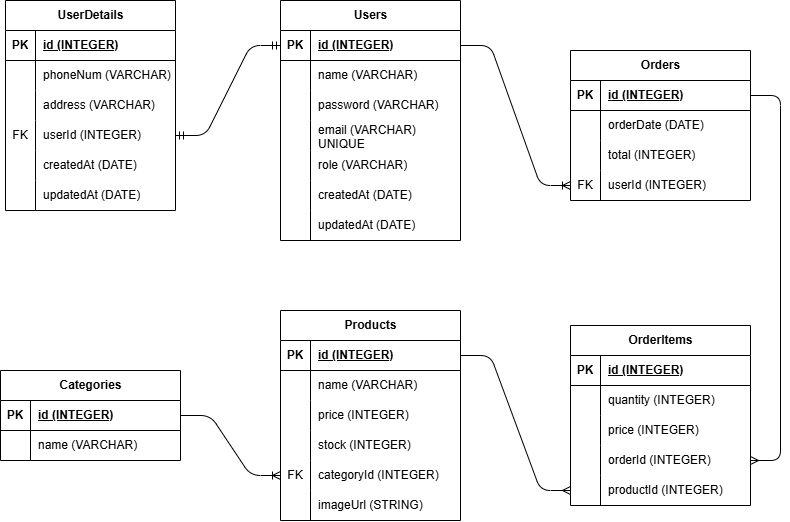
RaihanYassar/Pair-Project-Toko-Tukang-Ketok keeps this draw.io diagram as schema.drawio.png. Above is the earlier version. Source tidied: cells renumbered, new cells last; positions are measured from the earlier drawing's top-left corner, leaving out a move shared by most shapes.
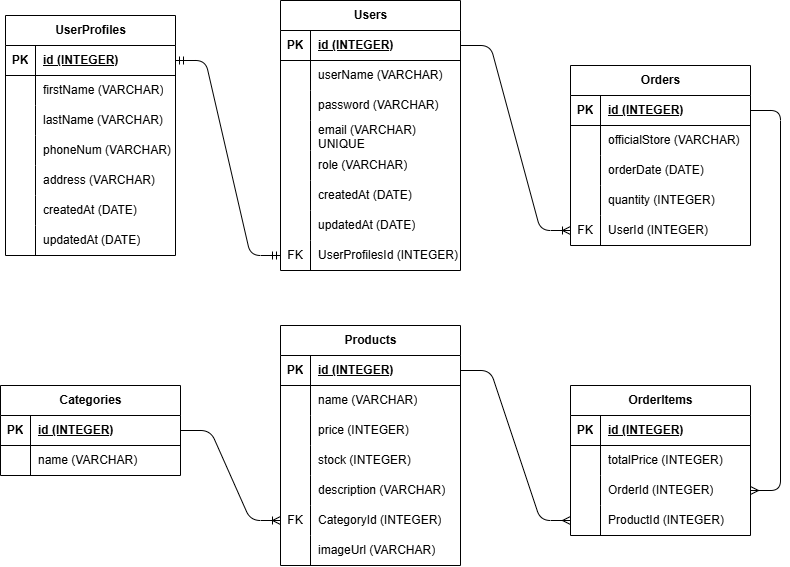
After the commit.

Change to the diagram source:
```diff
@@ -3,7 +3,7 @@
     <mxCell id="0" />
     <mxCell id="1" parent="0" />
     <mxCell id="2" value="Users" style="shape=table;startSize=30;rowLines=0;fontStyle=1;align=center;html=1;" parent="1" vertex="1">
-      <mxGeometry x="280" width="180" height="240" as="geometry" />
+      <mxGeometry x="280" y="-15" width="180" height="270" as="geometry" />
     </mxCell>
     <mxCell id="3" style="shape=tableRow;horizontal=0;startSize=0;swimlaneHead=0;swimlaneBody=0;fillColor=none;points=[[0,0.5],[1,0.5]];portConstraint=eastwest;top=0;left=0;right=0;bottom=1;" parent="2" vertex="1">
       <mxGeometry y="30" width="180" height="30" as="geometry" />
@@ -20,7 +20,7 @@
     <mxCell id="7" style="shape=partialRectangle;fillColor=none;top=0;left=0;bottom=0;right=0;overflow=hidden;whiteSpace=wrap;html=1;" parent="6" vertex="1">
       <mxGeometry width="30" height="30" as="geometry" />
     </mxCell>
-    <mxCell id="8" value="name (VARCHAR)&amp;nbsp;" style="shape=partialRectangle;fillColor=none;top=0;left=0;bottom=0;right=0;align=left;spacingLeft=6;overflow=hidden;whiteSpace=wrap;html=1;" parent="6" vertex="1">
+    <mxCell id="8" value="userName (VARCHAR)&amp;nbsp;" style="shape=partialRectangle;fillColor=none;top=0;left=0;bottom=0;right=0;align=left;spacingLeft=6;overflow=hidden;whiteSpace=wrap;html=1;" parent="6" vertex="1">
       <mxGeometry x="30" width="150" height="30" as="geometry" />
     </mxCell>
     <mxCell id="9" style="shape=tableRow;horizontal=0;startSize=0;swimlaneHead=0;swimlaneBody=0;fillColor=none;top=0;left=0;right=0;bottom=0;" parent="2" vertex="1">
@@ -68,8 +68,17 @@
     <mxCell id="23" value="updatedAt (DATE)" style="shape=partialRectangle;fillColor=none;top=0;left=0;bottom=0;right=0;align=left;spacingLeft=6;overflow=hidden;whiteSpace=wrap;html=1;" parent="21" vertex="1">
       <mxGeometry x="30" width="150" height="30" as="geometry" />
     </mxCell>
+    <mxCell id="103" style="shape=tableRow;horizontal=0;startSize=0;swimlaneHead=0;swimlaneBody=0;fillColor=none;points=[[0,0.5],[1,0.5]];portConstraint=eastwest;top=0;left=0;right=0;bottom=0;" parent="2" vertex="1">
+      <mxGeometry y="240" width="180" height="30" as="geometry" />
+    </mxCell>
+    <mxCell id="74" value="FK" style="shape=partialRectangle;fillColor=none;top=0;left=0;bottom=0;right=0;overflow=hidden;whiteSpace=wrap;html=1;" parent="103" vertex="1">
+      <mxGeometry width="30" height="30" as="geometry" />
+    </mxCell>
+    <mxCell id="104" value="UserProfilesId (INTEGER)" style="shape=partialRectangle;fillColor=none;top=0;left=0;bottom=0;right=0;align=left;spacingLeft=6;overflow=hidden;whiteSpace=wrap;html=1;" parent="103" vertex="1">
+      <mxGeometry x="30" width="150" height="30" as="geometry" />
+    </mxCell>
     <mxCell id="24" value="Products" style="shape=table;startSize=30;rowLines=0;fontStyle=1;align=center;html=1;" parent="1" vertex="1">
-      <mxGeometry x="280" y="310" width="180" height="210" as="geometry" />
+      <mxGeometry x="280" y="310" width="180" height="240" as="geometry" />
     </mxCell>
     <mxCell id="25" style="shape=tableRow;horizontal=0;startSize=0;swimlaneHead=0;swimlaneBody=0;fillColor=none;points=[[0,0.5],[1,0.5]];portConstraint=eastwest;top=0;left=0;right=0;bottom=1;" parent="24" vertex="1">
       <mxGeometry y="30" width="180" height="30" as="geometry" />
@@ -107,22 +116,31 @@
     <mxCell id="36" value="stock (INTEGER)" style="shape=partialRectangle;fillColor=none;top=0;left=0;bottom=0;right=0;align=left;spacingLeft=6;overflow=hidden;whiteSpace=wrap;html=1;" parent="34" vertex="1">
       <mxGeometry x="30" width="150" height="30" as="geometry" />
     </mxCell>
+    <mxCell id="105" style="shape=tableRow;horizontal=0;startSize=0;swimlaneHead=0;swimlaneBody=0;fillColor=none;top=0;left=0;right=0;bottom=0;" parent="24" vertex="1">
+      <mxGeometry y="150" width="180" height="30" as="geometry" />
+    </mxCell>
+    <mxCell id="106" style="shape=partialRectangle;fillColor=none;top=0;left=0;bottom=0;right=0;overflow=hidden;whiteSpace=wrap;html=1;" parent="105" vertex="1">
+      <mxGeometry width="30" height="30" as="geometry" />
+    </mxCell>
+    <mxCell id="107" value="description (VARCHAR)" style="shape=partialRectangle;fillColor=none;top=0;left=0;bottom=0;right=0;align=left;spacingLeft=6;overflow=hidden;whiteSpace=wrap;html=1;" parent="105" vertex="1">
+      <mxGeometry x="30" width="150" height="30" as="geometry" />
+    </mxCell>
     <mxCell id="37" style="shape=tableRow;horizontal=0;startSize=0;swimlaneHead=0;swimlaneBody=0;fillColor=none;points=[[0,0.5],[1,0.5]];portConstraint=eastwest;top=0;left=0;right=0;bottom=0;" parent="24" vertex="1">
-      <mxGeometry y="150" width="180" height="30" as="geometry" />
+      <mxGeometry y="180" width="180" height="30" as="geometry" />
     </mxCell>
     <mxCell id="38" value="FK" style="shape=partialRectangle;fillColor=none;top=0;left=0;bottom=0;right=0;overflow=hidden;whiteSpace=wrap;html=1;" parent="37" vertex="1">
       <mxGeometry width="30" height="30" as="geometry" />
     </mxCell>
-    <mxCell id="39" value="categoryId (INTEGER)" style="shape=partialRectangle;fillColor=none;top=0;left=0;bottom=0;right=0;align=left;spacingLeft=6;overflow=hidden;whiteSpace=wrap;html=1;" parent="37" vertex="1">
+    <mxCell id="39" value="CategoryId (INTEGER)" style="shape=partialRectangle;fillColor=none;top=0;left=0;bottom=0;right=0;align=left;spacingLeft=6;overflow=hidden;whiteSpace=wrap;html=1;" parent="37" vertex="1">
       <mxGeometry x="30" width="150" height="30" as="geometry" />
     </mxCell>
     <mxCell id="40" style="shape=tableRow;horizontal=0;startSize=0;swimlaneHead=0;swimlaneBody=0;fillColor=none;top=0;left=0;right=0;bottom=0;" parent="24" vertex="1">
-      <mxGeometry y="180" width="180" height="30" as="geometry" />
+      <mxGeometry y="210" width="180" height="30" as="geometry" />
     </mxCell>
     <mxCell id="41" style="shape=partialRectangle;fillColor=none;top=0;left=0;bottom=0;right=0;overflow=hidden;whiteSpace=wrap;html=1;" parent="40" vertex="1">
       <mxGeometry width="30" height="30" as="geometry" />
     </mxCell>
-    <mxCell id="42" value="imageUrl (STRING)" style="shape=partialRectangle;fillColor=none;top=0;left=0;bottom=0;right=0;align=left;spacingLeft=6;overflow=hidden;whiteSpace=wrap;html=1;" parent="40" vertex="1">
+    <mxCell id="42" value="imageUrl (VARCHAR)" style="shape=partialRectangle;fillColor=none;top=0;left=0;bottom=0;right=0;align=left;spacingLeft=6;overflow=hidden;whiteSpace=wrap;html=1;" parent="40" vertex="1">
       <mxGeometry x="30" width="150" height="30" as="geometry" />
     </mxCell>
     <mxCell id="43" value="Categories" style="shape=table;startSize=30;rowLines=0;fontStyle=1;align=center;html=1;" parent="1" vertex="1">
@@ -147,7 +165,7 @@
       <mxGeometry x="30" width="150" height="30" as="geometry" />
     </mxCell>
     <mxCell id="50" value="Orders" style="shape=table;startSize=30;rowLines=0;fontStyle=1;align=center;html=1;" parent="1" vertex="1">
-      <mxGeometry x="570" y="50" width="180" height="150" as="geometry" />
+      <mxGeometry x="570" y="50" width="180" height="180" as="geometry" />
     </mxCell>
     <mxCell id="51" style="shape=tableRow;horizontal=0;startSize=0;swimlaneHead=0;swimlaneBody=0;fillColor=none;points=[[0,0.5],[1,0.5]];portConstraint=eastwest;top=0;left=0;right=0;bottom=1;" parent="50" vertex="1">
       <mxGeometry y="30" width="180" height="30" as="geometry" />
@@ -158,8 +176,17 @@
     <mxCell id="53" value="id (INTEGER)" style="shape=partialRectangle;fillColor=none;top=0;left=0;bottom=0;right=0;align=left;spacingLeft=6;fontStyle=5;overflow=hidden;whiteSpace=wrap;html=1;" parent="51" vertex="1">
       <mxGeometry x="30" width="150" height="30" as="geometry" />
     </mxCell>
+    <mxCell id="87" style="shape=tableRow;horizontal=0;startSize=0;swimlaneHead=0;swimlaneBody=0;fillColor=none;top=0;left=0;right=0;bottom=0;" parent="50" vertex="1">
+      <mxGeometry y="60" width="180" height="30" as="geometry" />
+    </mxCell>
+    <mxCell id="108" style="shape=partialRectangle;fillColor=none;top=0;left=0;bottom=0;right=0;overflow=hidden;whiteSpace=wrap;html=1;" parent="87" vertex="1">
+      <mxGeometry width="30" height="30" as="geometry" />
+    </mxCell>
+    <mxCell id="109" value="officialStore (VARCHAR)" style="shape=partialRectangle;fillColor=none;top=0;left=0;bottom=0;right=0;align=left;spacingLeft=6;overflow=hidden;whiteSpace=wrap;html=1;" parent="87" vertex="1">
+      <mxGeometry x="30" width="150" height="30" as="geometry" />
+    </mxCell>
     <mxCell id="54" style="shape=tableRow;horizontal=0;startSize=0;swimlaneHead=0;swimlaneBody=0;fillColor=none;top=0;left=0;right=0;bottom=0;" parent="50" vertex="1">
-      <mxGeometry y="60" width="180" height="30" as="geometry" />
+      <mxGeometry y="90" width="180" height="30" as="geometry" />
     </mxCell>
     <mxCell id="55" style="shape=partialRectangle;fillColor=none;top=0;left=0;bottom=0;right=0;overflow=hidden;whiteSpace=wrap;html=1;" parent="54" vertex="1">
       <mxGeometry width="30" height="30" as="geometry" />
@@ -168,25 +195,25 @@
       <mxGeometry x="30" width="150" height="30" as="geometry" />
     </mxCell>
     <mxCell id="57" style="shape=tableRow;horizontal=0;startSize=0;swimlaneHead=0;swimlaneBody=0;fillColor=none;top=0;left=0;right=0;bottom=0;" parent="50" vertex="1">
-      <mxGeometry y="90" width="180" height="30" as="geometry" />
+      <mxGeometry y="120" width="180" height="30" as="geometry" />
     </mxCell>
     <mxCell id="58" style="shape=partialRectangle;fillColor=none;top=0;left=0;bottom=0;right=0;overflow=hidden;whiteSpace=wrap;html=1;" parent="57" vertex="1">
       <mxGeometry width="30" height="30" as="geometry" />
     </mxCell>
-    <mxCell id="59" value="total (INTEGER)" style="shape=partialRectangle;fillColor=none;top=0;left=0;bottom=0;right=0;align=left;spacingLeft=6;overflow=hidden;whiteSpace=wrap;html=1;" parent="57" vertex="1">
+    <mxCell id="59" value="quantity (INTEGER)" style="shape=partialRectangle;fillColor=none;top=0;left=0;bottom=0;right=0;align=left;spacingLeft=6;overflow=hidden;whiteSpace=wrap;html=1;" parent="57" vertex="1">
       <mxGeometry x="30" width="150" height="30" as="geometry" />
     </mxCell>
     <mxCell id="60" style="shape=tableRow;horizontal=0;startSize=0;swimlaneHead=0;swimlaneBody=0;fillColor=none;points=[[0,0.5],[1,0.5]];portConstraint=eastwest;top=0;left=0;right=0;bottom=0;" parent="50" vertex="1">
-      <mxGeometry y="120" width="180" height="30" as="geometry" />
+      <mxGeometry y="150" width="180" height="30" as="geometry" />
     </mxCell>
     <mxCell id="61" value="FK" style="shape=partialRectangle;fillColor=none;top=0;left=0;bottom=0;right=0;overflow=hidden;whiteSpace=wrap;html=1;" parent="60" vertex="1">
       <mxGeometry width="30" height="30" as="geometry" />
     </mxCell>
-    <mxCell id="62" value="userId (INTEGER)" style="shape=partialRectangle;fillColor=none;top=0;left=0;bottom=0;right=0;align=left;spacingLeft=6;overflow=hidden;whiteSpace=wrap;html=1;" parent="60" vertex="1">
+    <mxCell id="62" value="UserId (INTEGER)" style="shape=partialRectangle;fillColor=none;top=0;left=0;bottom=0;right=0;align=left;spacingLeft=6;overflow=hidden;whiteSpace=wrap;html=1;" parent="60" vertex="1">
       <mxGeometry x="30" width="150" height="30" as="geometry" />
     </mxCell>
-    <mxCell id="63" value="UserDetails" style="shape=table;startSize=30;rowLines=0;fontStyle=1;align=center;html=1;" parent="1" vertex="1">
-      <mxGeometry x="5" width="170" height="210" as="geometry" />
+    <mxCell id="63" value="UserProfiles" style="shape=table;startSize=30;rowLines=0;fontStyle=1;align=center;html=1;" parent="1" vertex="1">
+      <mxGeometry x="5" width="170" height="240" as="geometry" />
     </mxCell>
     <mxCell id="64" style="shape=tableRow;horizontal=0;startSize=0;swimlaneHead=0;swimlaneBody=0;fillColor=none;points=[[0,0.5],[1,0.5]];portConstraint=eastwest;top=0;left=0;right=0;bottom=1;" parent="63" vertex="1">
       <mxGeometry y="30" width="170" height="30" as="geometry" />
@@ -197,8 +224,26 @@
     <mxCell id="66" value="id (INTEGER)" style="shape=partialRectangle;fillColor=none;top=0;left=0;bottom=0;right=0;align=left;spacingLeft=6;fontStyle=5;overflow=hidden;whiteSpace=wrap;html=1;" parent="64" vertex="1">
       <mxGeometry x="30" width="140" height="30" as="geometry" />
     </mxCell>
+    <mxCell id="110" style="shape=tableRow;horizontal=0;startSize=0;swimlaneHead=0;swimlaneBody=0;fillColor=none;top=0;left=0;right=0;bottom=0;" parent="63" vertex="1">
+      <mxGeometry y="60" width="170" height="30" as="geometry" />
+    </mxCell>
+    <mxCell id="111" style="shape=partialRectangle;fillColor=none;top=0;left=0;bottom=0;right=0;overflow=hidden;whiteSpace=wrap;html=1;" parent="110" vertex="1">
+      <mxGeometry width="30" height="30" as="geometry" />
+    </mxCell>
+    <mxCell id="112" value="firstName (VARCHAR)" style="shape=partialRectangle;fillColor=none;top=0;left=0;bottom=0;right=0;align=left;spacingLeft=6;overflow=hidden;whiteSpace=wrap;html=1;" parent="110" vertex="1">
+      <mxGeometry x="30" width="140" height="30" as="geometry" />
+    </mxCell>
+    <mxCell id="113" style="shape=tableRow;horizontal=0;startSize=0;swimlaneHead=0;swimlaneBody=0;fillColor=none;top=0;left=0;right=0;bottom=0;" parent="63" vertex="1">
+      <mxGeometry y="90" width="170" height="30" as="geometry" />
+    </mxCell>
+    <mxCell id="114" style="shape=partialRectangle;fillColor=none;top=0;left=0;bottom=0;right=0;overflow=hidden;whiteSpace=wrap;html=1;" parent="113" vertex="1">
+      <mxGeometry width="30" height="30" as="geometry" />
+    </mxCell>
+    <mxCell id="115" value="lastName (VARCHAR)" style="shape=partialRectangle;fillColor=none;top=0;left=0;bottom=0;right=0;align=left;spacingLeft=6;overflow=hidden;whiteSpace=wrap;html=1;" parent="113" vertex="1">
+      <mxGeometry x="30" width="140" height="30" as="geometry" />
+    </mxCell>
     <mxCell id="67" style="shape=tableRow;horizontal=0;startSize=0;swimlaneHead=0;swimlaneBody=0;fillColor=none;top=0;left=0;right=0;bottom=0;" parent="63" vertex="1">
-      <mxGeometry y="60" width="170" height="30" as="geometry" />
+      <mxGeometry y="120" width="170" height="30" as="geometry" />
     </mxCell>
     <mxCell id="68" style="shape=partialRectangle;fillColor=none;top=0;left=0;bottom=0;right=0;overflow=hidden;whiteSpace=wrap;html=1;" parent="67" vertex="1">
       <mxGeometry width="30" height="30" as="geometry" />
@@ -207,7 +252,7 @@
       <mxGeometry x="30" width="140" height="30" as="geometry" />
     </mxCell>
     <mxCell id="70" style="shape=tableRow;horizontal=0;startSize=0;swimlaneHead=0;swimlaneBody=0;fillColor=none;top=0;left=0;right=0;bottom=0;" parent="63" vertex="1">
-      <mxGeometry y="90" width="170" height="30" as="geometry" />
+      <mxGeometry y="150" width="170" height="30" as="geometry" />
     </mxCell>
     <mxCell id="71" style="shape=partialRectangle;fillColor=none;top=0;left=0;bottom=0;right=0;overflow=hidden;whiteSpace=wrap;html=1;" parent="70" vertex="1">
       <mxGeometry width="30" height="30" as="geometry" />
@@ -215,17 +260,8 @@
     <mxCell id="72" value="address (VARCHAR)&amp;nbsp;" style="shape=partialRectangle;fillColor=none;top=0;left=0;bottom=0;right=0;align=left;spacingLeft=6;overflow=hidden;whiteSpace=wrap;html=1;" parent="70" vertex="1">
       <mxGeometry x="30" width="140" height="30" as="geometry" />
     </mxCell>
-    <mxCell id="73" style="shape=tableRow;horizontal=0;startSize=0;swimlaneHead=0;swimlaneBody=0;fillColor=none;points=[[0,0.5],[1,0.5]];portConstraint=eastwest;top=0;left=0;right=0;bottom=0;" parent="63" vertex="1">
-      <mxGeometry y="120" width="170" height="30" as="geometry" />
-    </mxCell>
-    <mxCell id="74" value="FK" style="shape=partialRectangle;fillColor=none;top=0;left=0;bottom=0;right=0;overflow=hidden;whiteSpace=wrap;html=1;" parent="73" vertex="1">
-      <mxGeometry width="30" height="30" as="geometry" />
-    </mxCell>
-    <mxCell id="75" value="userId (INTEGER)" style="shape=partialRectangle;fillColor=none;top=0;left=0;bottom=0;right=0;align=left;spacingLeft=6;overflow=hidden;whiteSpace=wrap;html=1;" parent="73" vertex="1">
-      <mxGeometry x="30" width="140" height="30" as="geometry" />
-    </mxCell>
     <mxCell id="76" style="shape=tableRow;horizontal=0;startSize=0;swimlaneHead=0;swimlaneBody=0;fillColor=none;top=0;left=0;right=0;bottom=0;" parent="63" vertex="1">
-      <mxGeometry y="150" width="170" height="30" as="geometry" />
+      <mxGeometry y="180" width="170" height="30" as="geometry" />
     </mxCell>
     <mxCell id="77" style="shape=partialRectangle;fillColor=none;top=0;left=0;bottom=0;right=0;overflow=hidden;whiteSpace=wrap;html=1;" parent="76" vertex="1">
       <mxGeometry width="30" height="30" as="geometry" />
@@ -234,7 +270,7 @@
       <mxGeometry x="30" width="140" height="30" as="geometry" />
     </mxCell>
     <mxCell id="79" style="shape=tableRow;horizontal=0;startSize=0;swimlaneHead=0;swimlaneBody=0;fillColor=none;top=0;left=0;right=0;bottom=0;" parent="63" vertex="1">
-      <mxGeometry y="180" width="170" height="30" as="geometry" />
+      <mxGeometry y="210" width="170" height="30" as="geometry" />
     </mxCell>
     <mxCell id="80" style="shape=partialRectangle;fillColor=none;top=0;left=0;bottom=0;right=0;overflow=hidden;whiteSpace=wrap;html=1;" parent="79" vertex="1">
       <mxGeometry width="30" height="30" as="geometry" />
@@ -242,11 +278,11 @@
     <mxCell id="81" value="updatedAt (DATE)" style="shape=partialRectangle;fillColor=none;top=0;left=0;bottom=0;right=0;align=left;spacingLeft=6;overflow=hidden;whiteSpace=wrap;html=1;" parent="79" vertex="1">
       <mxGeometry x="30" width="140" height="30" as="geometry" />
     </mxCell>
-    <mxCell id="82" style="edgeStyle=entityRelationEdgeStyle;fontSize=12;html=1;endArrow=ERmandOne;startArrow=ERmandOne;exitX=1;exitY=0.5;exitDx=0;exitDy=0;entryX=0;entryY=0.5;entryDx=0;entryDy=0;" parent="1" edge="1" source="73" target="3">
+    <mxCell id="82" style="edgeStyle=entityRelationEdgeStyle;fontSize=12;html=1;endArrow=ERmandOne;startArrow=ERmandOne;exitX=1;exitY=0.5;exitDx=0;exitDy=0;entryX=0;entryY=0.5;entryDx=0;entryDy=0;" parent="1" edge="1" source="64" target="103">
       <mxGeometry relative="1" as="geometry" />
     </mxCell>
     <mxCell id="83" value="OrderItems" style="shape=table;startSize=30;rowLines=0;fontStyle=1;align=center;html=1;" parent="1" vertex="1">
-      <mxGeometry x="570" y="325" width="180" height="180" as="geometry" />
+      <mxGeometry x="570" y="370" width="180" height="150" as="geometry" />
     </mxCell>
     <mxCell id="84" style="shape=tableRow;horizontal=0;startSize=0;swimlaneHead=0;swimlaneBody=0;fillColor=none;top=0;left=0;right=0;bottom=1;" parent="83" vertex="1">
       <mxGeometry y="30" width="180" height="30" as="geometry" />
@@ -257,40 +293,31 @@
     <mxCell id="86" value="id (INTEGER)" style="shape=partialRectangle;fillColor=none;top=0;left=0;bottom=0;right=0;align=left;spacingLeft=6;fontStyle=5;overflow=hidden;whiteSpace=wrap;html=1;" parent="84" vertex="1">
       <mxGeometry x="30" width="150" height="30" as="geometry" />
     </mxCell>
-    <mxCell id="87" style="shape=tableRow;horizontal=0;startSize=0;swimlaneHead=0;swimlaneBody=0;fillColor=none;top=0;left=0;right=0;bottom=0;" parent="83" vertex="1">
-      <mxGeometry y="60" width="180" height="30" as="geometry" />
-    </mxCell>
-    <mxCell id="88" style="shape=partialRectangle;fillColor=none;top=0;left=0;bottom=0;right=0;overflow=hidden;whiteSpace=wrap;html=1;" parent="87" vertex="1">
-      <mxGeometry width="30" height="30" as="geometry" />
-    </mxCell>
-    <mxCell id="89" value="quantity (INTEGER)" style="shape=partialRectangle;fillColor=none;top=0;left=0;bottom=0;right=0;align=left;spacingLeft=6;overflow=hidden;whiteSpace=wrap;html=1;" parent="87" vertex="1">
-      <mxGeometry x="30" width="150" height="30" as="geometry" />
-    </mxCell>
     <mxCell id="90" style="shape=tableRow;horizontal=0;startSize=0;swimlaneHead=0;swimlaneBody=0;fillColor=none;top=0;left=0;right=0;bottom=0;" parent="83" vertex="1">
-      <mxGeometry y="90" width="180" height="30" as="geometry" />
+      <mxGeometry y="60" width="180" height="30" as="geometry" />
     </mxCell>
     <mxCell id="91" style="shape=partialRectangle;fillColor=none;top=0;left=0;bottom=0;right=0;overflow=hidden;whiteSpace=wrap;html=1;" parent="90" vertex="1">
       <mxGeometry width="30" height="30" as="geometry" />
     </mxCell>
-    <mxCell id="92" value="price (INTEGER)" style="shape=partialRectangle;fillColor=none;top=0;left=0;bottom=0;right=0;align=left;spacingLeft=6;overflow=hidden;whiteSpace=wrap;html=1;" parent="90" vertex="1">
+    <mxCell id="92" value="totalPrice (INTEGER)" style="shape=partialRectangle;fillColor=none;top=0;left=0;bottom=0;right=0;align=left;spacingLeft=6;overflow=hidden;whiteSpace=wrap;html=1;" parent="90" vertex="1">
       <mxGeometry x="30" width="150" height="30" as="geometry" />
     </mxCell>
     <mxCell id="93" style="shape=tableRow;horizontal=0;startSize=0;swimlaneHead=0;swimlaneBody=0;fillColor=none;points=[[0,0.5],[1,0.5]];portConstraint=eastwest;top=0;left=0;right=0;bottom=0;" parent="83" vertex="1">
-      <mxGeometry y="120" width="180" height="30" as="geometry" />
+      <mxGeometry y="90" width="180" height="30" as="geometry" />
     </mxCell>
     <mxCell id="94" style="shape=partialRectangle;fillColor=none;top=0;left=0;bottom=0;right=0;overflow=hidden;whiteSpace=wrap;html=1;" parent="93" vertex="1">
       <mxGeometry width="30" height="30" as="geometry" />
     </mxCell>
-    <mxCell id="95" value="orderId (INTEGER)" style="shape=partialRectangle;fillColor=none;top=0;left=0;bottom=0;right=0;align=left;spacingLeft=6;overflow=hidden;whiteSpace=wrap;html=1;" parent="93" vertex="1">
+    <mxCell id="95" value="OrderId (INTEGER)" style="shape=partialRectangle;fillColor=none;top=0;left=0;bottom=0;right=0;align=left;spacingLeft=6;overflow=hidden;whiteSpace=wrap;html=1;" parent="93" vertex="1">
       <mxGeometry x="30" width="150" height="30" as="geometry" />
     </mxCell>
     <mxCell id="96" style="shape=tableRow;horizontal=0;startSize=0;swimlaneHead=0;swimlaneBody=0;fillColor=none;points=[[0,0.5],[1,0.5]];portConstraint=eastwest;top=0;left=0;right=0;bottom=0;" parent="83" vertex="1">
-      <mxGeometry y="150" width="180" height="30" as="geometry" />
+      <mxGeometry y="120" width="180" height="30" as="geometry" />
     </mxCell>
     <mxCell id="97" style="shape=partialRectangle;fillColor=none;top=0;left=0;bottom=0;right=0;overflow=hidden;whiteSpace=wrap;html=1;" parent="96" vertex="1">
       <mxGeometry width="30" height="30" as="geometry" />
     </mxCell>
-    <mxCell id="98" value="productId (INTEGER)" style="shape=partialRectangle;fillColor=none;top=0;left=0;bottom=0;right=0;align=left;spacingLeft=6;overflow=hidden;whiteSpace=wrap;html=1;" parent="96" vertex="1">
+    <mxCell id="98" value="ProductId (INTEGER)" style="shape=partialRectangle;fillColor=none;top=0;left=0;bottom=0;right=0;align=left;spacingLeft=6;overflow=hidden;whiteSpace=wrap;html=1;" parent="96" vertex="1">
       <mxGeometry x="30" width="150" height="30" as="geometry" />
     </mxCell>
     <mxCell id="99" style="edgeStyle=entityRelationEdgeStyle;fontSize=12;html=1;endArrow=ERoneToMany;exitX=1;exitY=0.5;exitDx=0;exitDy=0;entryX=0;entryY=0.5;entryDx=0;entryDy=0;" parent="1" edge="1" source="3" target="60">
```
